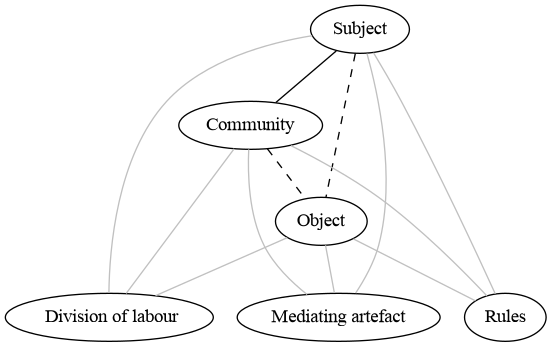
This is conceptual-work/AT-system.png from Lispl-Wicht/c-logo-s, a Graphviz export, as it was before one commit. Its source is kept beside it as conceptual-work/AT-system.dot.
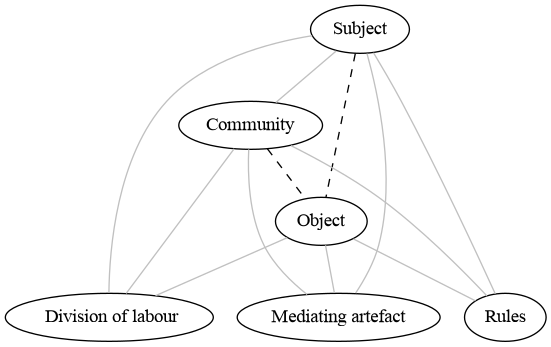
After the change.

The edit, as a diff of the source:
```diff
@@ -8,7 +8,7 @@
   d [label =" Division of labour"];
 
   s -- o [ style=dashed ];
-  s -- c;
+  s -- c [ color=gray ];
   s -- m [ color=gray ];
   s -- r [ color=gray ];
   s -- d [ color=gray ];
```
